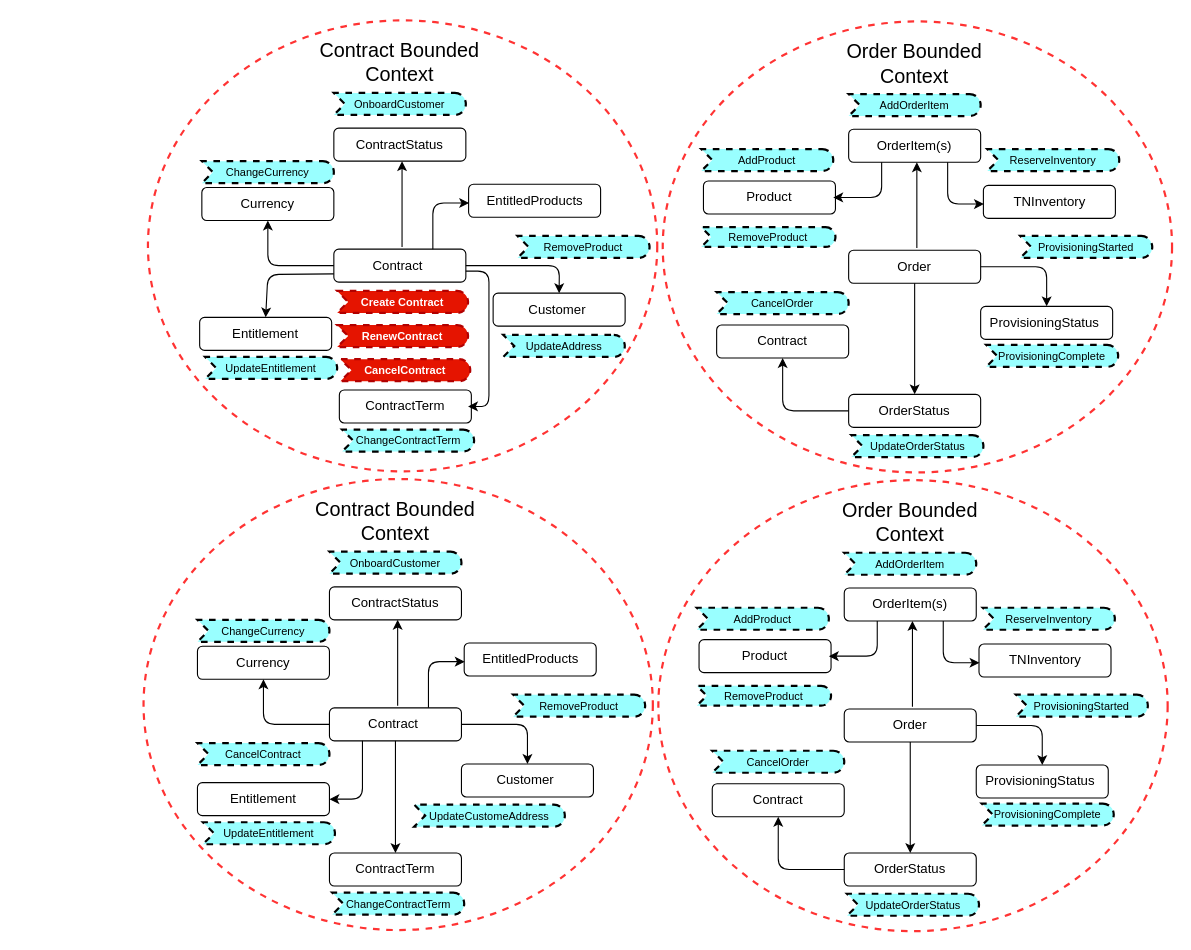
The draw.io diagram ddd.drawio in srinivaspuranamhyd/arc-diagrams, before the edit. Source tidied: cells renumbered, new cells numbered last; positions are measured from the earlier drawing's top-left corner, leaving out a move shared by most shapes. Both pictures are drawn from the tidied source at 110%, with x=0, y=0 at pixel (143, 20).
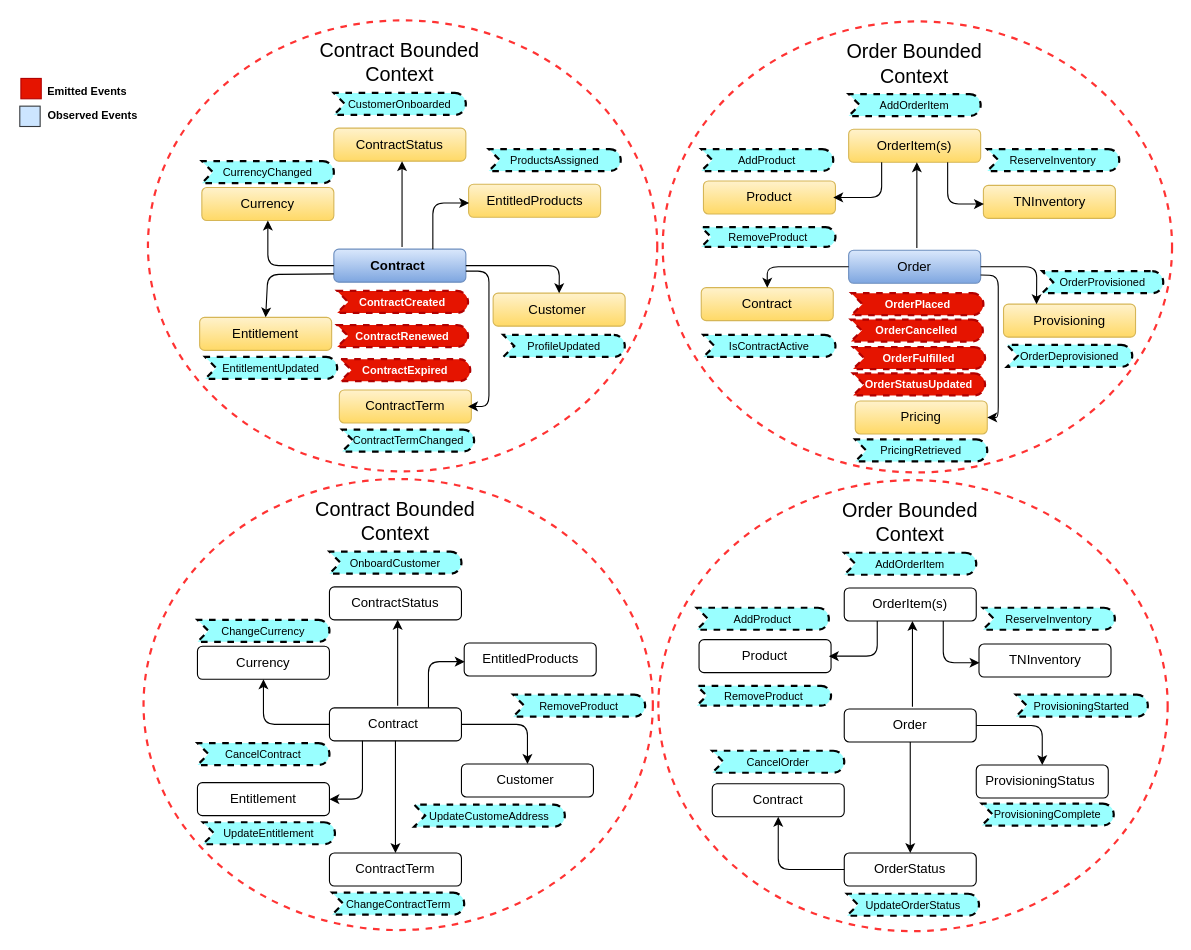
The same diagram, later.

The edit, as a diff of the source:
```diff
@@
-    <mxCell id="3" value="Contract&amp;nbsp;" style="rounded=1;whiteSpace=wrap;html=1;" parent="1" vertex="1">
+    <mxCell id="3" value="Contract&amp;nbsp;" style="rounded=1;whiteSpace=wrap;html=1;fontStyle=1;gradientColor=#7ea6e0;fillColor=#dae8fc;strokeColor=#6c8ebf;" parent="1" vertex="1">
       <mxGeometry x="173" y="208" width="120" height="30" as="geometry" />
     </mxCell>
-    <mxCell id="4" value="Customer&amp;nbsp;" style="rounded=1;whiteSpace=wrap;html=1;" parent="1" vertex="1">
+    <mxCell id="4" value="Customer&amp;nbsp;" style="rounded=1;whiteSpace=wrap;html=1;gradientColor=#ffd966;fillColor=#fff2cc;strokeColor=#d6b656;" parent="1" vertex="1">
       <mxGeometry x="317.8" y="248" width="120" height="30" as="geometry" />
     </mxCell>
-    <mxCell id="5" value="Entitlement" style="rounded=1;whiteSpace=wrap;html=1;" parent="1" vertex="1">
+    <mxCell id="5" value="Entitlement" style="rounded=1;whiteSpace=wrap;html=1;gradientColor=#ffd966;fillColor=#fff2cc;strokeColor=#d6b656;" parent="1" vertex="1">
       <mxGeometry x="51" y="270" width="120" height="30" as="geometry" />
     </mxCell>
-    <mxCell id="6" value="EntitledProducts" style="rounded=1;whiteSpace=wrap;html=1;" parent="1" vertex="1">
+    <mxCell id="6" value="EntitledProducts" style="rounded=1;whiteSpace=wrap;html=1;gradientColor=#ffd966;fillColor=#fff2cc;strokeColor=#d6b656;" parent="1" vertex="1">
       <mxGeometry x="295.5" y="149" width="120" height="30" as="geometry" />
     </mxCell>
-    <mxCell id="7" value="Currency" style="rounded=1;whiteSpace=wrap;html=1;" parent="1" vertex="1">
+    <mxCell id="7" value="Currency" style="rounded=1;whiteSpace=wrap;html=1;gradientColor=#ffd966;fillColor=#fff2cc;strokeColor=#d6b656;" parent="1" vertex="1">
       <mxGeometry x="53" y="152" width="120" height="30" as="geometry" />
     </mxCell>
-    <mxCell id="8" value="ContractStatus" style="rounded=1;whiteSpace=wrap;html=1;" parent="1" vertex="1">
+    <mxCell id="8" value="ContractStatus" style="rounded=1;whiteSpace=wrap;html=1;gradientColor=#ffd966;fillColor=#fff2cc;strokeColor=#d6b656;" parent="1" vertex="1">
       <mxGeometry x="173" y="98" width="120" height="30" as="geometry" />
     </mxCell>
@@
-    <mxCell id="14" value="OnboardCustomer" style="html=1;whiteSpace=wrap;fillColor=#99ffff;shape=mxgraph.archimate3.event;dashed=1;strokeWidth=2;fontSize=10;" parent="1" vertex="1">
+    <mxCell id="14" value="CustomerOnboarded" style="html=1;whiteSpace=wrap;fillColor=#99ffff;shape=mxgraph.archimate3.event;dashed=1;strokeWidth=2;fontSize=10;" parent="1" vertex="1">
       <mxGeometry x="173" y="66" width="120" height="20" as="geometry" />
     </mxCell>
-    <mxCell id="15" value="CancelContract" style="html=1;whiteSpace=wrap;shape=mxgraph.archimate3.event;dashed=1;strokeWidth=2;fontSize=10;strokeColor=#B20000;fillColor=#e51400;fontColor=#ffffff;fontStyle=1;" parent="1" vertex="1">
+    <mxCell id="15" value="ContractExpired" style="html=1;whiteSpace=wrap;shape=mxgraph.archimate3.event;dashed=1;strokeWidth=2;fontSize=10;strokeColor=#B20000;fillColor=#e51400;fontColor=#ffffff;fontStyle=1;" parent="1" vertex="1">
       <mxGeometry x="179" y="308" width="118" height="20" as="geometry" />
     </mxCell>
@@
-    <mxCell id="17" value="RemoveProduct" style="html=1;whiteSpace=wrap;fillColor=#99ffff;shape=mxgraph.archimate3.event;dashed=1;strokeWidth=2;fontSize=10;" parent="1" vertex="1">
-      <mxGeometry x="340" y="196" width="120" height="20" as="geometry" />
+    <mxCell id="17" value="ProductsAssigned" style="html=1;whiteSpace=wrap;fillColor=#99ffff;shape=mxgraph.archimate3.event;dashed=1;strokeWidth=2;fontSize=10;" parent="1" vertex="1">
+      <mxGeometry x="313.8" y="117" width="120" height="20" as="geometry" />
     </mxCell>
-    <mxCell id="18" value="ChangeCurrency" style="html=1;whiteSpace=wrap;fillColor=#99ffff;shape=mxgraph.archimate3.event;dashed=1;strokeWidth=2;fontSize=10;" parent="1" vertex="1">
+    <mxCell id="18" value="CurrencyChanged" style="html=1;whiteSpace=wrap;fillColor=#99ffff;shape=mxgraph.archimate3.event;dashed=1;strokeWidth=2;fontSize=10;" parent="1" vertex="1">
       <mxGeometry x="53" y="128" width="120" height="20" as="geometry" />
     </mxCell>
-    <mxCell id="19" value="UpdateAddress" style="html=1;whiteSpace=wrap;fillColor=#99ffff;shape=mxgraph.archimate3.event;dashed=1;strokeWidth=2;fontSize=10;" parent="1" vertex="1">
+    <mxCell id="19" value="ProfileUpdated" style="html=1;whiteSpace=wrap;fillColor=#99ffff;shape=mxgraph.archimate3.event;dashed=1;strokeWidth=2;fontSize=10;" parent="1" vertex="1">
       <mxGeometry x="327" y="286" width="110.5" height="20" as="geometry" />
     </mxCell>
@@
-    <mxCell id="21" value="Order" style="rounded=1;whiteSpace=wrap;html=1;" parent="1" vertex="1">
+    <mxCell id="21" value="Order" style="rounded=1;whiteSpace=wrap;html=1;gradientColor=#7ea6e0;fillColor=#dae8fc;strokeColor=#6c8ebf;" parent="1" vertex="1">
       <mxGeometry x="641" y="209" width="120" height="30" as="geometry" />
     </mxCell>
-    <mxCell id="22" value="ProvisioningStatus&amp;nbsp;" style="rounded=1;whiteSpace=wrap;html=1;" parent="1" vertex="1">
-      <mxGeometry x="761" y="260" width="120" height="30" as="geometry" />
+    <mxCell id="22" value="Provisioning" style="rounded=1;whiteSpace=wrap;html=1;gradientColor=#ffd966;fillColor=#fff2cc;strokeColor=#d6b656;" parent="1" vertex="1">
+      <mxGeometry x="781.8" y="258" width="120" height="30" as="geometry" />
     </mxCell>
-    <mxCell id="23" value="Contract" style="rounded=1;whiteSpace=wrap;html=1;" parent="1" vertex="1">
-      <mxGeometry x="521" y="277" width="120" height="30" as="geometry" />
+    <mxCell id="23" value="Contract" style="rounded=1;whiteSpace=wrap;html=1;gradientColor=#ffd966;fillColor=#fff2cc;strokeColor=#d6b656;" parent="1" vertex="1">
+      <mxGeometry x="507" y="243" width="120" height="30" as="geometry" />
     </mxCell>
-    <mxCell id="24" value="TNInventory" style="rounded=1;whiteSpace=wrap;html=1;" parent="1" vertex="1">
+    <mxCell id="24" value="TNInventory" style="rounded=1;whiteSpace=wrap;html=1;gradientColor=#ffd966;fillColor=#fff2cc;strokeColor=#d6b656;" parent="1" vertex="1">
       <mxGeometry x="763.5" y="150" width="120" height="30" as="geometry" />
     </mxCell>
-    <mxCell id="25" value="Product" style="rounded=1;whiteSpace=wrap;html=1;" parent="1" vertex="1">
+    <mxCell id="25" value="Product" style="rounded=1;whiteSpace=wrap;html=1;gradientColor=#ffd966;fillColor=#fff2cc;strokeColor=#d6b656;" parent="1" vertex="1">
       <mxGeometry x="509" y="146" width="120" height="30" as="geometry" />
     </mxCell>
-    <mxCell id="26" value="OrderStatus" style="rounded=1;whiteSpace=wrap;html=1;" parent="1" vertex="1">
-      <mxGeometry x="641" y="340" width="120" height="30" as="geometry" />
-    </mxCell>
-    <mxCell id="27" value="OrderItem(s)" style="rounded=1;whiteSpace=wrap;html=1;" parent="1" vertex="1">
+    <mxCell id="27" value="OrderItem(s)" style="rounded=1;whiteSpace=wrap;html=1;gradientColor=#ffd966;fillColor=#fff2cc;strokeColor=#d6b656;" parent="1" vertex="1">
       <mxGeometry x="641" y="99" width="120" height="30" as="geometry" />
     </mxCell>
@@
-    <mxCell id="30" style="endArrow=classic;html=1;fontSize=18;exitX=0.5;exitY=1;exitDx=0;exitDy=0;" parent="1" edge="1" source="21" target="26">
-      <mxGeometry relative="1" as="geometry" />
-    </mxCell>
@@
-    <mxCell id="32" style="endArrow=classic;html=1;fontSize=18;entryX=0.5;entryY=0;entryDx=0;entryDy=0;exitX=1;exitY=0.5;exitDx=0;exitDy=0;" parent="1" edge="1" source="21" target="22">
+    <mxCell id="32" style="endArrow=classic;html=1;fontSize=18;entryX=0.25;entryY=0;entryDx=0;entryDy=0;exitX=1;exitY=0.5;exitDx=0;exitDy=0;" parent="1" edge="1" source="21" target="22">
       <mxGeometry relative="1" as="geometry">
         <Array as="points">
-          <mxPoint x="821" y="224" />
+          <mxPoint x="812" y="224" />
         </Array>
       </mxGeometry>
     </mxCell>
-    <mxCell id="33" style="endArrow=classic;html=1;fontSize=18;exitX=0;exitY=0.5;exitDx=0;exitDy=0;entryX=0.5;entryY=1;entryDx=0;entryDy=0;" parent="1" edge="1" source="26" target="23">
+    <mxCell id="33" style="endArrow=classic;html=1;fontSize=18;exitX=0;exitY=0.5;exitDx=0;exitDy=0;" parent="1" edge="1" source="21" target="23">
       <mxGeometry relative="1" as="geometry">
         <Array as="points">
-          <mxPoint x="581" y="355" />
+          <mxPoint x="567" y="224" />
         </Array>
       </mxGeometry>
     </mxCell>
@@
-    <mxCell id="35" value="CancelOrder" style="html=1;whiteSpace=wrap;fillColor=#99ffff;shape=mxgraph.archimate3.event;dashed=1;strokeWidth=2;fontSize=10;" parent="1" vertex="1">
-      <mxGeometry x="521" y="247" width="120" height="20" as="geometry" />
+    <mxCell id="35" value="OrderCancelled" style="html=1;whiteSpace=wrap;fillColor=#e51400;shape=mxgraph.archimate3.event;dashed=1;strokeWidth=2;fontSize=10;strokeColor=#B20000;fontColor=#ffffff;fontStyle=1;" parent="1" vertex="1">
+      <mxGeometry x="643" y="272" width="120" height="20" as="geometry" />
     </mxCell>
@@
-    <mxCell id="38" value="UpdateOrderStatus" style="html=1;whiteSpace=wrap;fillColor=#99ffff;shape=mxgraph.archimate3.event;dashed=1;strokeWidth=2;fontSize=10;" parent="1" vertex="1">
-      <mxGeometry x="643.5" y="377" width="120" height="20" as="geometry" />
+    <mxCell id="38" value="OrderStatusUpdated" style="html=1;whiteSpace=wrap;fillColor=#e51400;shape=mxgraph.archimate3.event;dashed=1;strokeWidth=2;fontSize=10;strokeColor=#B20000;fontColor=#ffffff;fontStyle=1;" parent="1" vertex="1">
+      <mxGeometry x="645" y="321" width="120" height="20" as="geometry" />
     </mxCell>
-    <mxCell id="39" value="ProvisioningStarted" style="html=1;whiteSpace=wrap;fillColor=#99ffff;shape=mxgraph.archimate3.event;dashed=1;strokeWidth=2;fontSize=10;" parent="1" vertex="1">
-      <mxGeometry x="797" y="196" width="120" height="20" as="geometry" />
-    </mxCell>
@@
-    <mxCell id="41" value="UpdateEntitlement" style="html=1;whiteSpace=wrap;fillColor=#99ffff;shape=mxgraph.archimate3.event;dashed=1;strokeWidth=2;fontSize=10;" parent="1" vertex="1">
+    <mxCell id="41" value="EntitlementUpdated" style="html=1;whiteSpace=wrap;fillColor=#99ffff;shape=mxgraph.archimate3.event;dashed=1;strokeWidth=2;fontSize=10;" parent="1" vertex="1">
       <mxGeometry x="56" y="306" width="120" height="20" as="geometry" />
     </mxCell>
@@
-    <mxCell id="43" value="ProvisioningComplete" style="html=1;whiteSpace=wrap;fillColor=#99ffff;shape=mxgraph.archimate3.event;dashed=1;strokeWidth=2;fontSize=10;" parent="1" vertex="1">
-      <mxGeometry x="766" y="295" width="120" height="20" as="geometry" />
+    <mxCell id="43" value="OrderDeprovisioned" style="html=1;whiteSpace=wrap;fillColor=#99ffff;shape=mxgraph.archimate3.event;dashed=1;strokeWidth=2;fontSize=10;" parent="1" vertex="1">
+      <mxGeometry x="784.8" y="295" width="114" height="20" as="geometry" />
     </mxCell>
@@
-    <mxCell id="89" value="RenewContract" style="html=1;whiteSpace=wrap;shape=mxgraph.archimate3.event;dashed=1;strokeWidth=2;fontSize=10;strokeColor=#B20000;fillColor=#e51400;fontColor=#ffffff;fontStyle=1;" parent="1" vertex="1">
+    <mxCell id="89" value="ContractRenewed" style="html=1;whiteSpace=wrap;shape=mxgraph.archimate3.event;dashed=1;strokeWidth=2;fontSize=10;strokeColor=#B20000;fillColor=#e51400;fontColor=#ffffff;fontStyle=1;" parent="1" vertex="1">
       <mxGeometry x="176" y="277" width="119" height="20" as="geometry" />
     </mxCell>
-    <mxCell id="90" value="Create Contract" style="html=1;whiteSpace=wrap;shape=mxgraph.archimate3.event;dashed=1;strokeWidth=2;fontSize=10;strokeColor=#B20000;fillColor=#e51400;fontColor=#ffffff;fontStyle=1;" parent="1" vertex="1">
+    <mxCell id="90" value="ContractCreated" style="html=1;whiteSpace=wrap;shape=mxgraph.archimate3.event;dashed=1;strokeWidth=2;fontSize=10;strokeColor=#B20000;fillColor=#e51400;fontColor=#ffffff;fontStyle=1;" parent="1" vertex="1">
       <mxGeometry x="176" y="246" width="119" height="20" as="geometry" />
     </mxCell>
-    <mxCell id="91" value="ChangeContractTerm" style="html=1;whiteSpace=wrap;fillColor=#99ffff;shape=mxgraph.archimate3.event;dashed=1;strokeWidth=2;fontSize=10;" parent="1" vertex="1">
+    <mxCell id="91" value="ContractTermChanged" style="html=1;whiteSpace=wrap;fillColor=#99ffff;shape=mxgraph.archimate3.event;dashed=1;strokeWidth=2;fontSize=10;" parent="1" vertex="1">
       <mxGeometry x="180.5" y="372" width="120" height="20" as="geometry" />
     </mxCell>
-    <mxCell id="92" value="ContractTerm" style="rounded=1;whiteSpace=wrap;html=1;" parent="1" vertex="1">
+    <mxCell id="92" value="ContractTerm" style="rounded=1;whiteSpace=wrap;html=1;gradientColor=#ffd966;fillColor=#fff2cc;strokeColor=#d6b656;" parent="1" vertex="1">
       <mxGeometry x="178" y="336" width="120" height="30" as="geometry" />
     </mxCell>
@@
+    <mxCell id="94" value="OrderPlaced" style="html=1;whiteSpace=wrap;fillColor=#e51400;shape=mxgraph.archimate3.event;dashed=1;strokeWidth=2;fontSize=10;strokeColor=#B20000;fontColor=#ffffff;fontStyle=1;" parent="1" vertex="1">
+      <mxGeometry x="643.5" y="248" width="120" height="20" as="geometry" />
+    </mxCell>
+    <mxCell id="95" value="OrderFulfilled" style="html=1;whiteSpace=wrap;fillColor=#e51400;shape=mxgraph.archimate3.event;dashed=1;strokeWidth=2;fontSize=10;strokeColor=#B20000;fontColor=#ffffff;fontStyle=1;" parent="1" vertex="1">
+      <mxGeometry x="645" y="297" width="120" height="20" as="geometry" />
+    </mxCell>
+    <mxCell id="96" value="IsContractActive" style="html=1;whiteSpace=wrap;fillColor=#99ffff;shape=mxgraph.archimate3.event;dashed=1;strokeWidth=2;fontSize=10;" parent="1" vertex="1">
+      <mxGeometry x="509" y="286" width="120" height="20" as="geometry" />
+    </mxCell>
+    <mxCell id="97" value="Pricing" style="rounded=1;whiteSpace=wrap;html=1;gradientColor=#ffd966;fillColor=#fff2cc;strokeColor=#d6b656;" parent="1" vertex="1">
+      <mxGeometry x="647" y="346" width="120" height="30" as="geometry" />
+    </mxCell>
+    <mxCell id="98" value="OrderProvisioned" style="html=1;whiteSpace=wrap;fillColor=#99ffff;shape=mxgraph.archimate3.event;dashed=1;strokeWidth=2;fontSize=10;" parent="1" vertex="1">
+      <mxGeometry x="817" y="228" width="110" height="20" as="geometry" />
+    </mxCell>
+    <mxCell id="99" style="endArrow=classic;html=1;exitX=0.5;exitY=1;exitDx=0;exitDy=0;entryX=1;entryY=0.5;entryDx=0;entryDy=0;" parent="1" edge="1" target="97">
+      <mxGeometry relative="1" as="geometry">
+        <mxPoint x="761" y="231.5" as="sourcePoint" />
+        <Array as="points">
+          <mxPoint x="777" y="232" />
+          <mxPoint x="777" y="361" />
+        </Array>
+      </mxGeometry>
+    </mxCell>
+    <mxCell id="100" style="whiteSpace=wrap;html=1;align=left;labelPosition=right;verticalLabelPosition=middle;verticalAlign=middle;fontSize=10;fillColor=#e51400;strokeColor=#B20000;fontColor=#ffffff;" parent="1" vertex="1">
+      <mxGeometry x="-111.5" y="52.8" width="18.5" height="18.5" as="geometry" />
+    </mxCell>
+    <mxCell id="101" style="whiteSpace=wrap;html=1;fillColor=#cce5ff;strokeColor=#36393d;" parent="1" vertex="1">
+      <mxGeometry x="-112.5" y="78" width="18.5" height="18.5" as="geometry" />
+    </mxCell>
+    <mxCell id="102" value="&lt;h1&gt;&lt;font style=&quot;font-size: 10px&quot;&gt;Emitted Events&lt;/font&gt;&lt;br&gt;&lt;/h1&gt;" style="text;html=1;strokeColor=none;fillColor=none;spacing=5;spacingTop=-20;whiteSpace=wrap;overflow=hidden;rounded=0;fontSize=10;align=center;" parent="1" vertex="1">
+      <mxGeometry x="-106" y="46" width="110" height="30" as="geometry" />
+    </mxCell>
+    <mxCell id="103" value="&lt;h1&gt;&lt;font style=&quot;font-size: 10px&quot;&gt;Observed Events&lt;/font&gt;&lt;br&gt;&lt;/h1&gt;" style="text;html=1;strokeColor=none;fillColor=none;spacing=5;spacingTop=-20;whiteSpace=wrap;overflow=hidden;rounded=0;fontSize=10;align=center;" parent="1" vertex="1">
+      <mxGeometry x="-93" y="68" width="94" height="30" as="geometry" />
+    </mxCell>
+    <mxCell id="104" value="PricingRetrieved" style="html=1;whiteSpace=wrap;fillColor=#99ffff;shape=mxgraph.archimate3.event;dashed=1;strokeWidth=2;fontSize=10;" parent="1" vertex="1">
+      <mxGeometry x="647" y="381" width="120" height="20" as="geometry" />
+    </mxCell>
```
